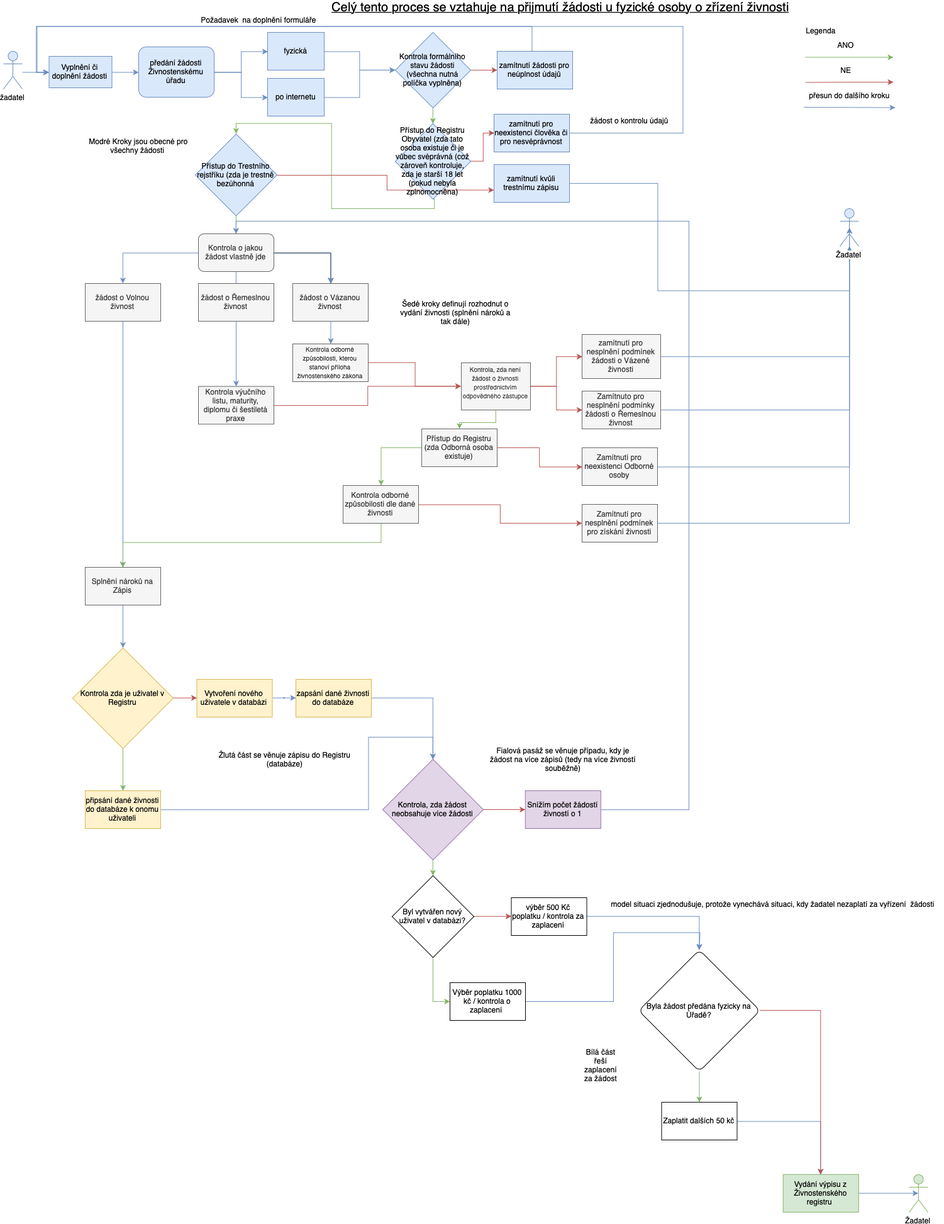
This is Registrace živnostníka - proces.png from ridlees/Zivnostensky_urad, a draw.io export, as it was before one commit. Source tidied: cells renumbered, new cells last; positions are measured from the earlier drawing's top-left corner, leaving out a move shared by most shapes.
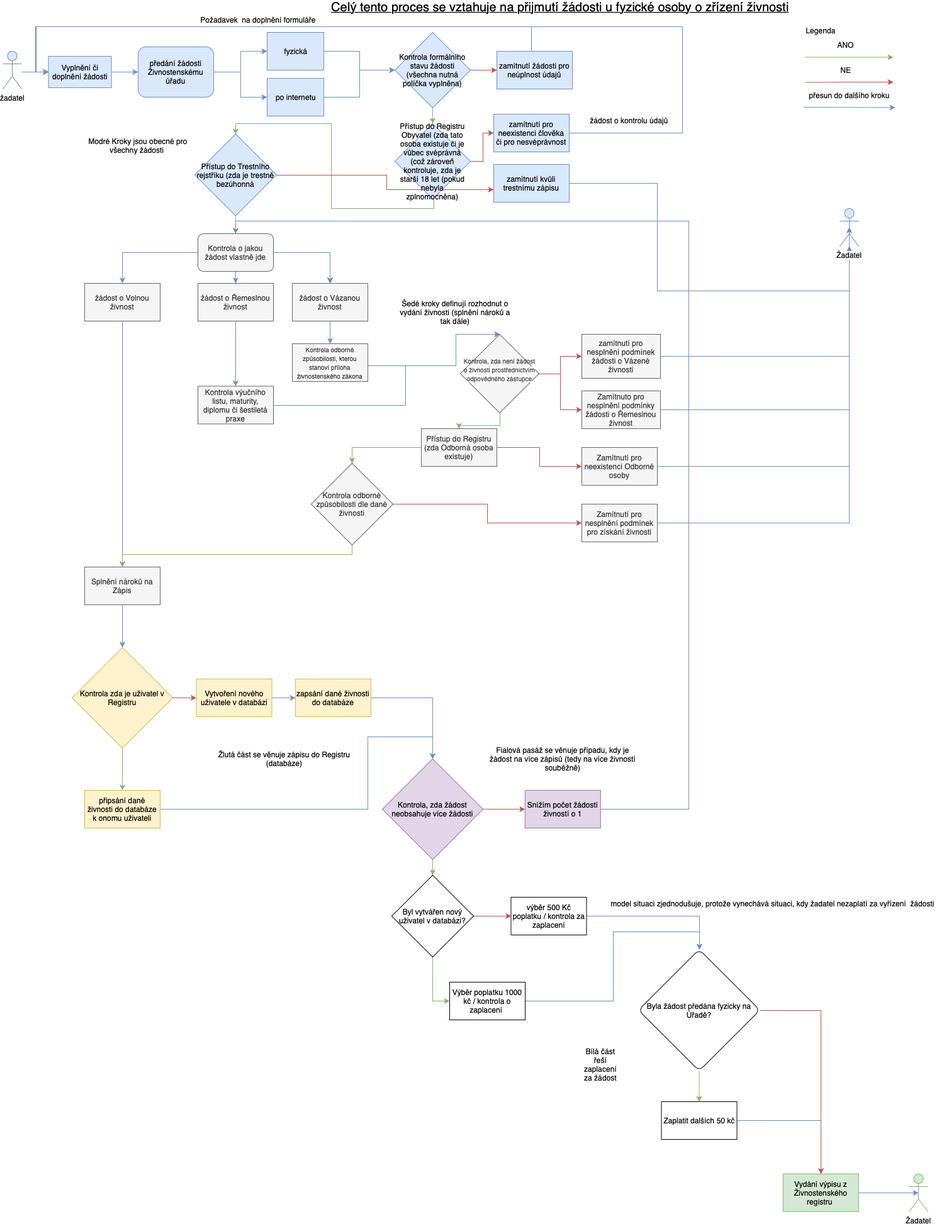
Later version of the same file.

Commit message:
Update Registrace živnostníka - proces.png

What changed in the source:
```diff
@@ -126,14 +126,26 @@
     <mxCell id="32" value="Modré Kroky jsou obecné pro všechny žádosti&amp;nbsp;" style="text;html=1;strokeColor=none;fillColor=none;align=center;verticalAlign=middle;whiteSpace=wrap;rounded=0;" parent="1" vertex="1">
       <mxGeometry x="130" y="210" width="170" height="40" as="geometry" />
     </mxCell>
-    <mxCell id="33" style="edgeStyle=orthogonalEdgeStyle;rounded=0;jettySize=auto;html=1;entryX=0;entryY=0.5;entryDx=0;entryDy=0;fillColor=#f8cecc;strokeColor=#b85450;" parent="1" edge="1" source="34" target="57">
-      <mxGeometry relative="1" as="geometry" />
+    <mxCell id="33" style="edgeStyle=orthogonalEdgeStyle;rounded=0;jettySize=auto;html=1;entryX=0.5;entryY=0;entryDx=0;entryDy=0;fillColor=#dae8fc;strokeColor=#6c8ebf;" parent="1" edge="1" source="34" target="57">
+      <mxGeometry relative="1" as="geometry">
+        <Array as="points">
+          <mxPoint x="720" y="580" />
+          <mxPoint x="720" y="530" />
+        </Array>
+      </mxGeometry>
     </mxCell>
     <mxCell id="34" value="&lt;font style=&quot;font-size: 10px&quot;&gt;Kontrola&amp;nbsp;&lt;span style=&quot;color: rgb(34 , 34 , 34) ; font-family: sans-serif ; text-align: left ; background-color: rgb(255 , 255 , 255)&quot;&gt;odborné způsobilosti, kterou stanoví příloha živnostenského zákona&lt;/span&gt;&lt;/font&gt;" style="rounded=0;whiteSpace=wrap;html=1;fillColor=#f5f5f5;strokeColor=#666666;fontColor=#333333;" parent="1" vertex="1">
       <mxGeometry x="460" y="545" width="120" height="60" as="geometry" />
     </mxCell>
-    <mxCell id="35" style="edgeStyle=orthogonalEdgeStyle;rounded=0;jettySize=auto;html=1;entryX=0;entryY=0.5;entryDx=0;entryDy=0;fillColor=#f8cecc;strokeColor=#b85450;" parent="1" edge="1" source="36" target="57">
-      <mxGeometry relative="1" as="geometry" />
+    <mxCell id="35" style="edgeStyle=orthogonalEdgeStyle;rounded=0;jettySize=auto;html=1;entryX=0.5;entryY=0;entryDx=0;entryDy=0;fillColor=#dae8fc;strokeColor=#6c8ebf;" parent="1" edge="1" source="36" target="57">
+      <mxGeometry relative="1" as="geometry">
+        <Array as="points">
+          <mxPoint x="640" y="643" />
+          <mxPoint x="640" y="580" />
+          <mxPoint x="720" y="580" />
+          <mxPoint x="720" y="530" />
+        </Array>
+      </mxGeometry>
     </mxCell>
     <mxCell id="36" value="Kontrola výučního listu, maturity, diplomu či šestiletá praxe" style="rounded=0;whiteSpace=wrap;html=1;fillColor=#f5f5f5;strokeColor=#666666;fontColor=#333333;" parent="1" vertex="1">
       <mxGeometry x="310" y="612.5" width="120" height="60" as="geometry" />
@@ -206,18 +218,15 @@
     <mxCell id="53" value="žadatel" style="shape=umlActor;verticalLabelPosition=bottom;labelBackgroundColor=#ffffff;verticalAlign=top;html=1;fillColor=#dae8fc;strokeColor=#6c8ebf;" parent="1" vertex="1">
       <mxGeometry y="80" width="30" height="60" as="geometry" />
     </mxCell>
-    <mxCell id="54" style="edgeStyle=orthogonalEdgeStyle;rounded=0;jettySize=auto;html=1;entryX=0;entryY=0.5;entryDx=0;entryDy=0;fillColor=#f8cecc;strokeColor=#b85450;" parent="1" edge="1" source="57" target="38">
+    <mxCell id="54" style="edgeStyle=orthogonalEdgeStyle;rounded=0;jettySize=auto;html=1;entryX=0;entryY=0.5;entryDx=0;entryDy=0;fillColor=#f8cecc;strokeColor=#b85450;exitX=1;exitY=0.5;exitDx=0;exitDy=0;" parent="1" edge="1" source="57" target="38">
       <mxGeometry relative="1" as="geometry" />
     </mxCell>
-    <mxCell id="55" style="edgeStyle=orthogonalEdgeStyle;rounded=0;jettySize=auto;html=1;entryX=0;entryY=0.5;entryDx=0;entryDy=0;fillColor=#f8cecc;strokeColor=#b85450;" parent="1" edge="1" source="57" target="59">
+    <mxCell id="55" style="edgeStyle=orthogonalEdgeStyle;rounded=0;jettySize=auto;html=1;entryX=0;entryY=0.5;entryDx=0;entryDy=0;fillColor=#f8cecc;strokeColor=#b85450;exitX=1;exitY=0.5;exitDx=0;exitDy=0;" parent="1" edge="1" source="57" target="59">
       <mxGeometry relative="1" as="geometry" />
     </mxCell>
-    <mxCell id="56" style="edgeStyle=orthogonalEdgeStyle;rounded=0;jettySize=auto;html=1;fillColor=#d5e8d4;strokeColor=#82b366;" parent="1" edge="1" source="57" target="66">
+    <mxCell id="56" style="edgeStyle=orthogonalEdgeStyle;rounded=0;jettySize=auto;html=1;fillColor=#d5e8d4;strokeColor=#82b366;exitX=0.5;exitY=1;exitDx=0;exitDy=0;" parent="1" edge="1" source="57" target="66">
       <mxGeometry relative="1" as="geometry" />
     </mxCell>
-    <mxCell id="57" value="&lt;p&gt;&lt;font style=&quot;font-size: 10px&quot;&gt;Kontrola, zda není žádost o&lt;span style=&quot;background-color: rgb(255 , 255 , 255) ; white-space: normal&quot;&gt;&amp;nbsp;živnosti prostřednictvím odpovědného zástupce&lt;/span&gt;&lt;/font&gt;&lt;/p&gt;&lt;div style=&quot;font-size: 10px&quot;&gt;&lt;br&gt;&lt;/div&gt;" style="html=1;align=center;horizontal=1;whiteSpace=wrap;fillColor=#f5f5f5;strokeColor=#666666;fontColor=#333333;" parent="1" vertex="1">
-      <mxGeometry x="728" y="575" width="110" height="75" as="geometry" />
-    </mxCell>
     <mxCell id="58" style="edgeStyle=orthogonalEdgeStyle;rounded=0;jettySize=auto;html=1;fillColor=#dae8fc;strokeColor=#6c8ebf;" parent="1" edge="1" source="59" target="105">
       <mxGeometry relative="1" as="geometry">
         <Array as="points">
@@ -250,7 +259,11 @@
       <mxGeometry relative="1" as="geometry" />
     </mxCell>
     <mxCell id="65" style="edgeStyle=orthogonalEdgeStyle;rounded=0;jettySize=auto;html=1;fillColor=#d5e8d4;strokeColor=#82b366;" parent="1" edge="1" source="66" target="75">
-      <mxGeometry relative="1" as="geometry" />
+      <mxGeometry relative="1" as="geometry">
+        <Array as="points">
+          <mxPoint x="555" y="710" />
+        </Array>
+      </mxGeometry>
     </mxCell>
     <mxCell id="66" value="Přístup do Registru (zda Odborná osoba existuje)" style="rounded=0;whiteSpace=wrap;html=1;fillColor=#f5f5f5;strokeColor=#666666;fontColor=#333333;" parent="1" vertex="1">
       <mxGeometry x="665" y="680" width="120" height="60" as="geometry" />
@@ -282,20 +295,17 @@
     <mxCell id="72" value="Zamítnutí pro neexistenci Odborné osoby" style="rounded=0;whiteSpace=wrap;html=1;fillColor=#f5f5f5;strokeColor=#666666;fontColor=#333333;" parent="1" vertex="1">
       <mxGeometry x="920" y="710" width="120" height="60" as="geometry" />
     </mxCell>
-    <mxCell id="73" style="edgeStyle=orthogonalEdgeStyle;rounded=0;jettySize=auto;html=1;fillColor=#f8cecc;strokeColor=#b85450;" parent="1" edge="1" source="75" target="79">
+    <mxCell id="73" style="edgeStyle=orthogonalEdgeStyle;rounded=0;jettySize=auto;html=1;fillColor=#f8cecc;strokeColor=#b85450;exitX=1;exitY=0.5;exitDx=0;exitDy=0;" parent="1" edge="1" source="75" target="79">
       <mxGeometry relative="1" as="geometry" />
     </mxCell>
-    <mxCell id="74" style="edgeStyle=orthogonalEdgeStyle;rounded=0;jettySize=auto;html=1;entryX=0.5;entryY=0;entryDx=0;entryDy=0;fillColor=#d5e8d4;strokeColor=#82b366;" parent="1" edge="1" source="75" target="63">
+    <mxCell id="74" style="edgeStyle=orthogonalEdgeStyle;rounded=0;jettySize=auto;html=1;entryX=0.5;entryY=0;entryDx=0;entryDy=0;fillColor=#d5e8d4;strokeColor=#82b366;exitX=0.5;exitY=1;exitDx=0;exitDy=0;" parent="1" edge="1" source="75" target="63">
       <mxGeometry relative="1" as="geometry">
         <Array as="points">
-          <mxPoint x="600" y="860" />
-          <mxPoint x="190" y="860" />
+          <mxPoint x="555" y="880" />
+          <mxPoint x="190" y="880" />
         </Array>
       </mxGeometry>
     </mxCell>
-    <mxCell id="75" value="Kontrola odborné způsobilosti dle dané živnosti" style="rounded=0;whiteSpace=wrap;html=1;fillColor=#f5f5f5;strokeColor=#666666;fontColor=#333333;" parent="1" vertex="1">
-      <mxGeometry x="540" y="770" width="120" height="60" as="geometry" />
-    </mxCell>
     <mxCell id="76" style="endArrow=classic;html=1;fillColor=#dae8fc;strokeColor=#6c8ebf;" parent="1" edge="1">
       <mxGeometry relative="1" as="geometry">
         <mxPoint x="1272.5" y="169" as="sourcePoint" />
@@ -402,5 +412,11 @@
     <mxCell id="108" value="model situaci zjednodušuje, protože vynechává situaci, kdy žadatel nezaplatí za vyřízení &amp;nbsp;žádosti" style="text;html=1;strokeColor=none;fillColor=none;align=center;verticalAlign=middle;whiteSpace=wrap;rounded=0;" parent="1" vertex="1">
       <mxGeometry x="950" y="1425" width="545" height="20" as="geometry" />
     </mxCell>
+    <mxCell id="57" value="&lt;p style=&quot;color: rgb(51 , 51 , 51) ; white-space: normal&quot;&gt;&lt;font style=&quot;font-size: 10px&quot;&gt;Kontrola, zda není žádost o&lt;span style=&quot;background-color: rgb(255 , 255 , 255)&quot;&gt;&amp;nbsp;živnosti prostřednictvím odpovědného zástupce&lt;/span&gt;&lt;/font&gt;&lt;/p&gt;&lt;div&gt;&lt;font style=&quot;font-size: 10px&quot;&gt;&lt;span style=&quot;background-color: rgb(255 , 255 , 255)&quot;&gt;&lt;br&gt;&lt;/span&gt;&lt;/font&gt;&lt;/div&gt;" style="rhombus;whiteSpace=wrap;html=1;fillColor=#f5f5f5;strokeColor=#666666;fontColor=#333333;" parent="1" vertex="1">
+      <mxGeometry x="727" y="530" width="125" height="125" as="geometry" />
+    </mxCell>
+    <mxCell id="75" value="&lt;span style=&quot;color: rgb(51 , 51 , 51) ; white-space: normal&quot;&gt;Kontrola odborné způsobilosti dle dané živnosti&lt;/span&gt;" style="rhombus;whiteSpace=wrap;html=1;fillColor=#f5f5f5;strokeColor=#666666;fontColor=#333333;" parent="1" vertex="1">
+      <mxGeometry x="490" y="735" width="130" height="130" as="geometry" />
+    </mxCell>
   </root>
 </mxGraphModel>
```
